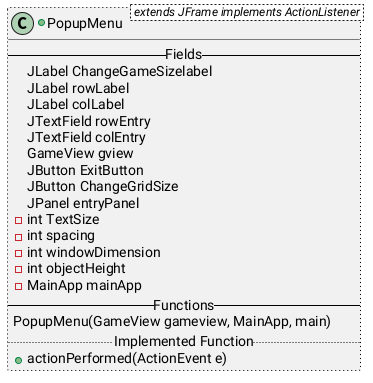
Above: src/main/ClassDiagram/PopupMenuDiagram.png in CamerJunker/Snake (PlantUML), before the change.
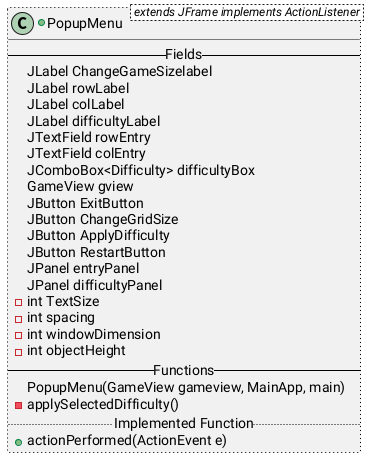
Later version of the same file.

Commit message:
Main, View og Popup Diagrammer er ordnet.

Change to the diagram source:
```diff
@@ -4,19 +4,24 @@
     JLabel ChangeGameSizelabel
     JLabel rowLabel
     JLabel colLabel
+    JLabel difficultyLabel
     JTextField rowEntry
     JTextField colEntry
+    JComboBox<Difficulty> difficultyBox
     GameView gview
     JButton ExitButton
     JButton ChangeGridSize
+    JButton ApplyDifficulty
+    JButton RestartButton
     JPanel entryPanel
+    JPanel difficultyPanel
     -int TextSize
     -int spacing
     -int windowDimension
     -int objectHeight
-    -MainApp mainApp
     -- Functions --
     PopupMenu(GameView gameview, MainApp, main)
+    -applySelectedDifficulty()
     .. Implemented Function ..
     +actionPerformed(ActionEvent e)
 }
```
